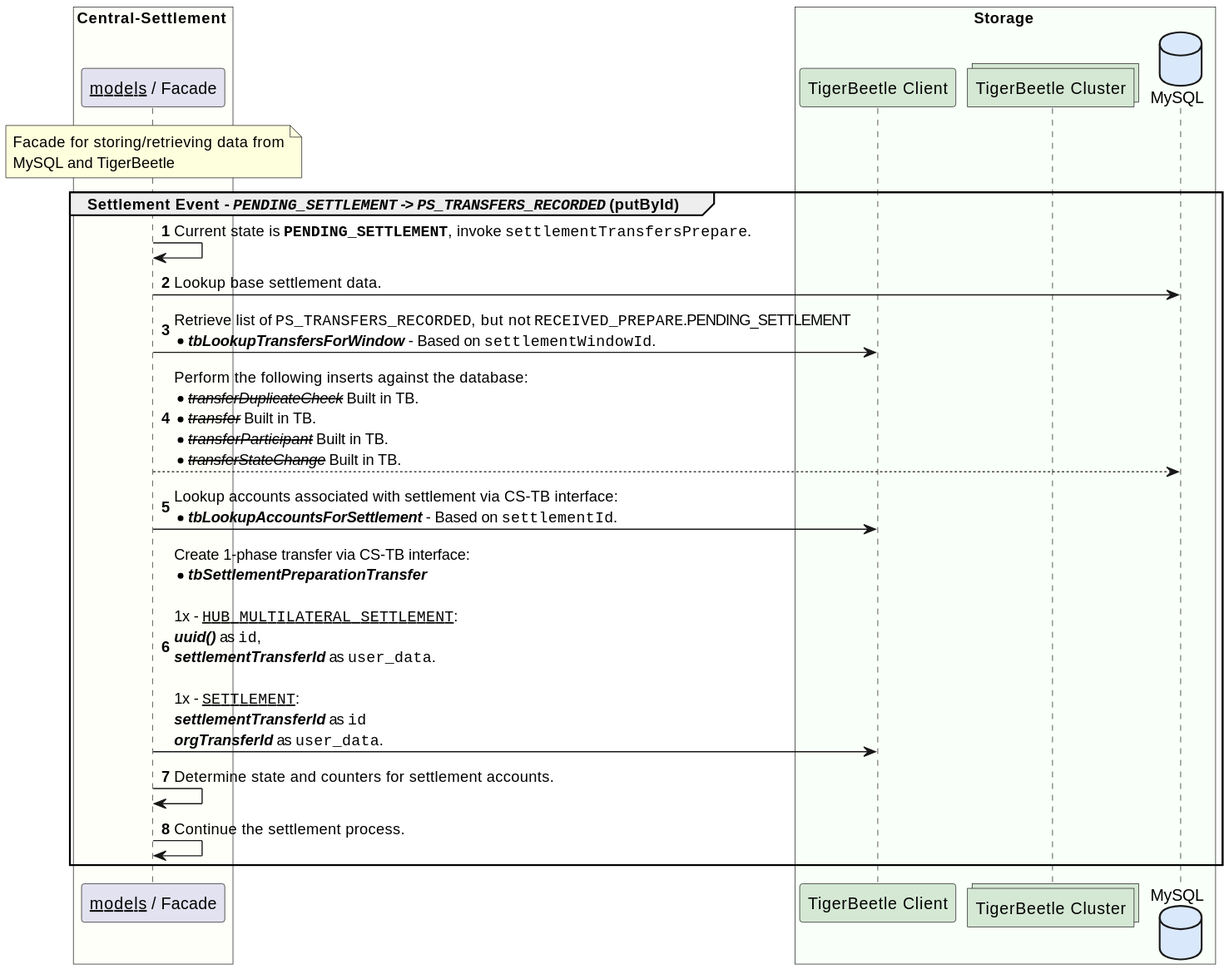
Before: solution_design/sequence-settlement-tb-enabled-update-by-id-01.svg, a diagram exported from PlantUML (coilhq/mucoa).
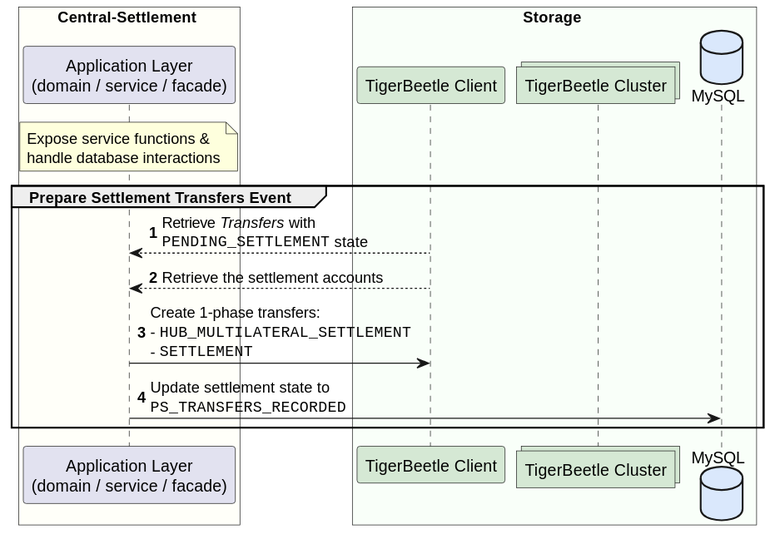
Above is the later version.

Diff of the diagram source:
```diff
@@ -1,30 +1,26 @@
 @startuml
 
 box Central-Settlement #FFFFF9
-    participant "__models__ / Facade" as cs_facade
+    participant "Application Layer\n(domain / service / facade)" as cs_domain
 
-    note over cs_facade
-        Facade for storing/retrieving data from
-        MySQL and TigerBeetle
+    note over cs_domain
+        Expose service functions &
+        handle database interactions
     end note
 end box
 
 box Storage #F9FFF9
 	participant "TigerBeetle Client" as tb_client #D5E8D4
 	collections "TigerBeetle Cluster" as tb_nodes #D5E8D4
-	database "MySQL" as cl_db #DAE8FC
+	database "MySQL" as cs_db #DAE8FC
 end box
 
 autonumber
-group Settlement Event - //""PENDING_SETTLEMENT"" -> ""PS_TRANSFERS_RECORDED""// (putById)
-    cs_facade -> cs_facade : Current state is **""PENDING_SETTLEMENT""**, invoke ""settlementTransfersPrepare"".
-    cs_facade -> cl_db : Lookup base settlement data.
-    cs_facade -> tb_client : Retrieve list of ""PS_TRANSFERS_RECORDED"", but not ""RECEIVED_PREPARE"".PENDING_SETTLEMENT \n*//**tbLookupTransfersForWindow**// - Based on ""settlementWindowId"".
-    cs_facade --> cl_db : Perform the following inserts against the database:\n*--//transferDuplicateCheck//-- Built in TB.\n*--//transfer//-- Built in TB.\n*--//transferParticipant//-- Built in TB.\n*--//transferStateChange//-- Built in TB.
-    cs_facade -> tb_client : Lookup accounts associated with settlement via CS-TB interface:\n*//**tbLookupAccountsForSettlement**// - Based on ""settlementId"".
-    cs_facade -> tb_client : Create 1-phase transfer via CS-TB interface:\n*//**tbSettlementPreparationTransfer**//\n\n1x - __""HUB_MULTILATERAL_SETTLEMENT""__:\n**//uuid()//** as ""id"",\n**//settlementTransferId//** as ""user_data"".\n\n1x - __""SETTLEMENT""__:\n**//settlementTransferId//** as ""id""\n**//orgTransferId//** as ""user_data"".
-    cs_facade -> cs_facade : Determine state and counters for settlement accounts.
-    cs_facade -> cs_facade : Continue the settlement process.
+group Prepare Settlement Transfers Event
+    cs_domain <-- tb_client : Retrieve //Transfers// with \n""PENDING_SETTLEMENT"" state
+    cs_domain <-- tb_client : Retrieve the settlement accounts
+    cs_domain -> tb_client : Create 1-phase transfers:\n- ""HUB_MULTILATERAL_SETTLEMENT""\n- ""SETTLEMENT""
+    cs_domain -> cs_db : Update settlement state to \n""PS_TRANSFERS_RECORDED""
 end
 
 @enduml
```
